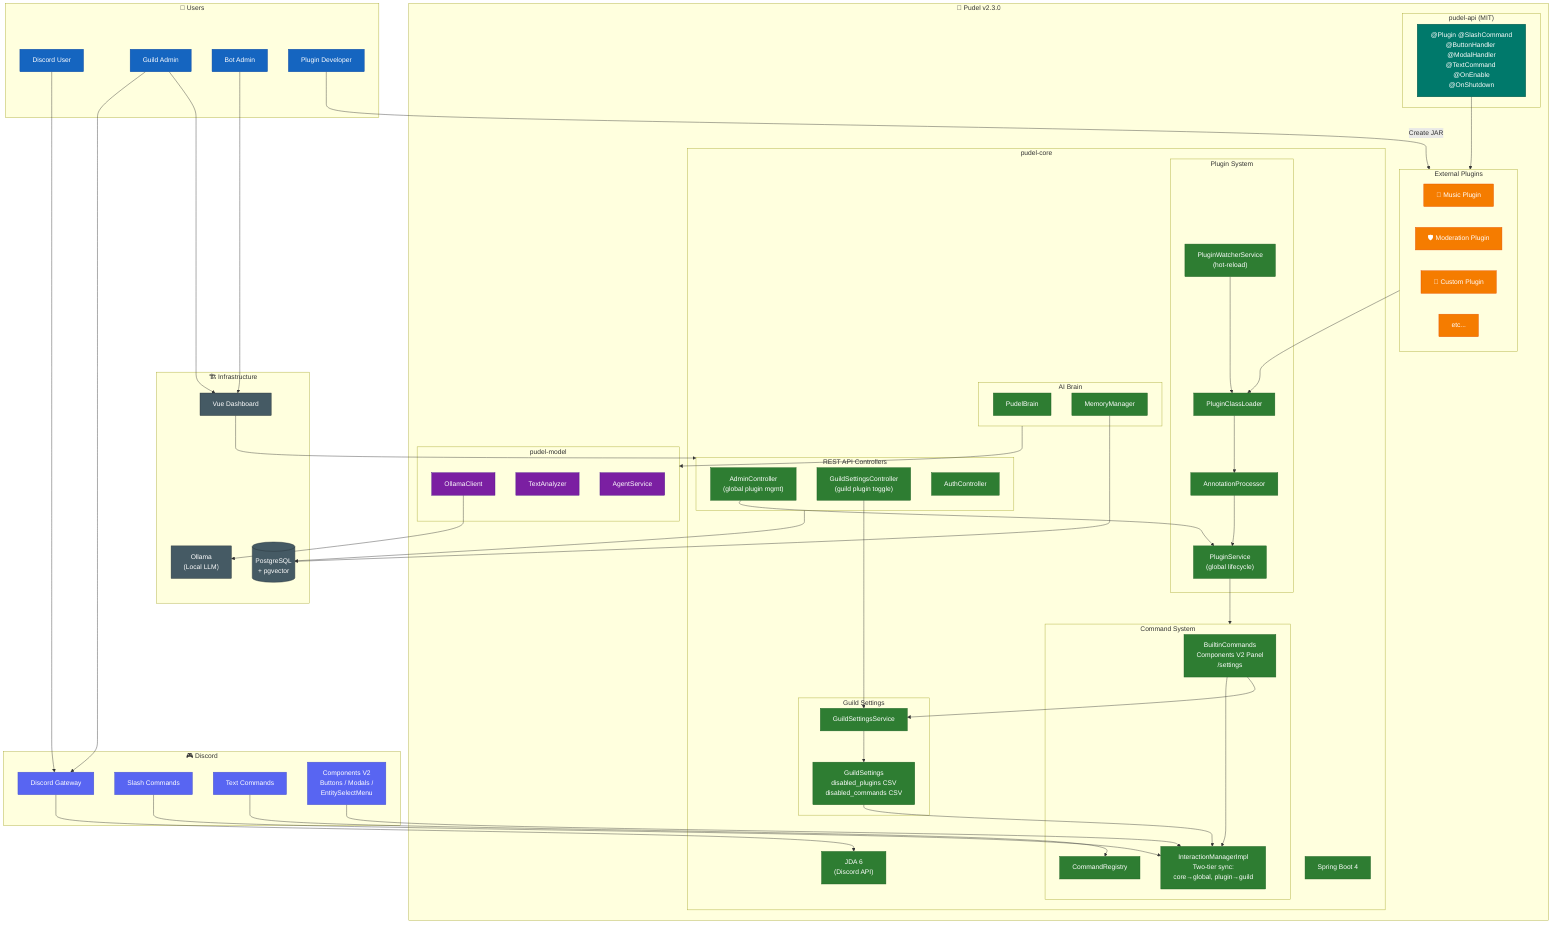
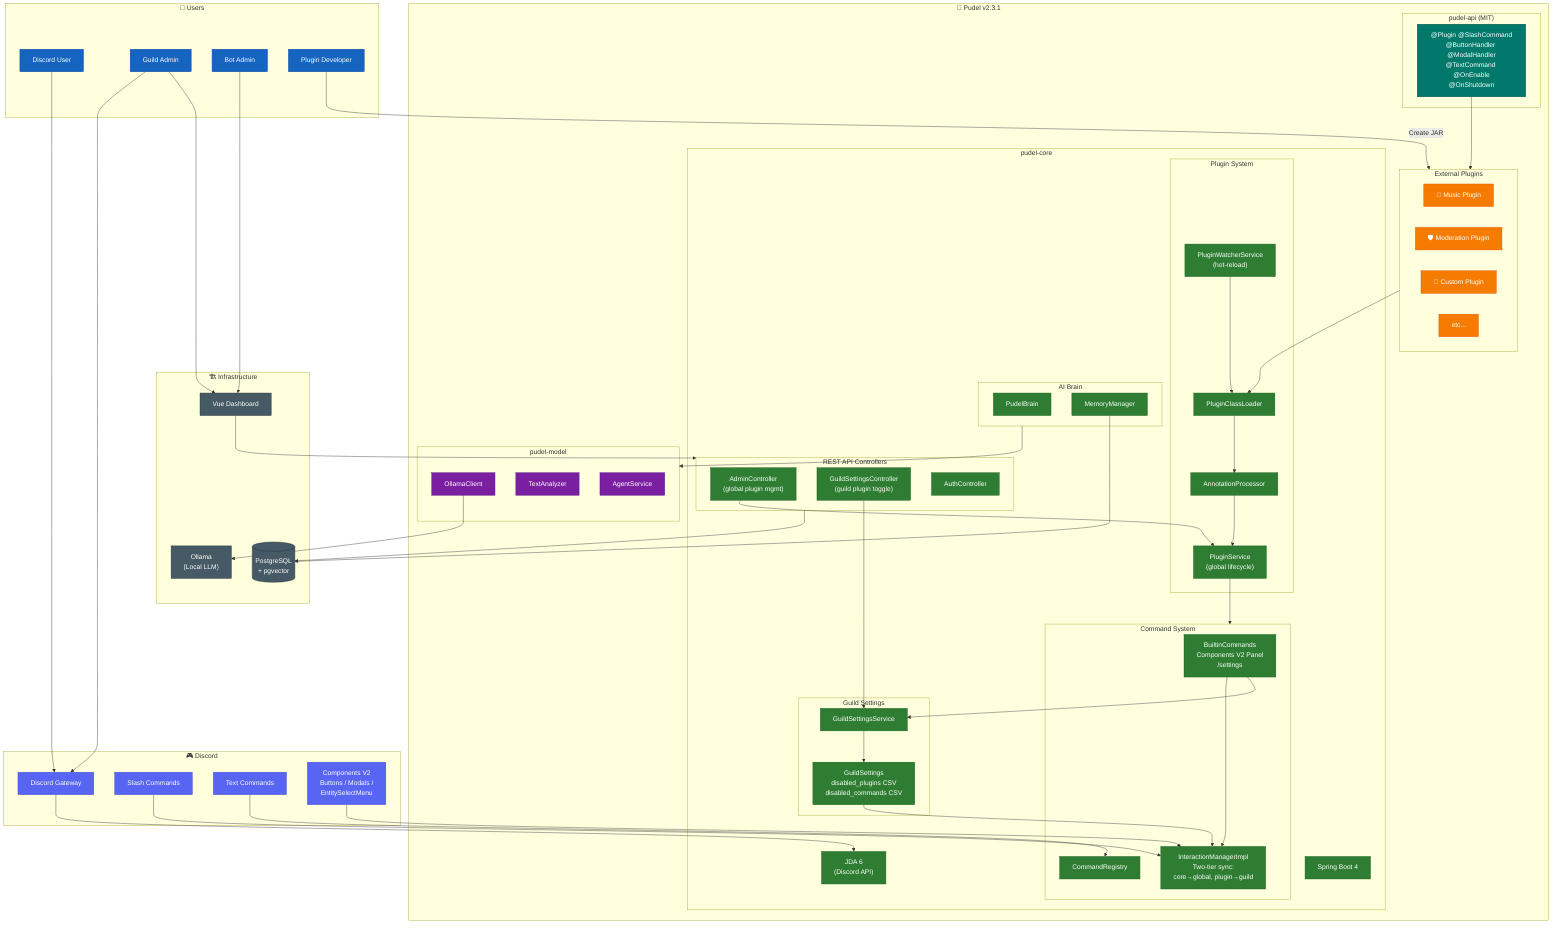
- %% Pudel System Overview v2.3.0
+ %% Pudel System Overview v2.3.1
%% Two-Tier Plugin Control + Components V2

flowchart TB
    subgraph Users["👥 Users"]
        DISCORD_USER["Discord User"]
        GUILD_ADMIN["Guild Admin"]
        BOT_ADMIN["Bot Admin"]
        DEVELOPER["Plugin Developer"]
    end

    subgraph Discord["🎮 Discord"]
        DG["Discord Gateway"]
        SLASH["Slash Commands"]
        TEXT["Text Commands"]
        CV2["Components V2<br/>Buttons / Modals /<br/>EntitySelectMenu"]
    end

-     subgraph Pudel["🐩 Pudel v2.3.0"]
+     subgraph Pudel["🐩 Pudel v2.3.1"]
        subgraph Core["pudel-core"]
            JDA["JDA 6<br/>(Discord API)"]
            SPRING["Spring Boot 4"]

            subgraph PluginSys["Plugin System"]
                LOADER["PluginClassLoader"]
                PROCESSOR["AnnotationProcessor"]
                PLUGIN_SVC["PluginService<br/>(global lifecycle)"]
                WATCHER["PluginWatcherService<br/>(hot-reload)"]
            end

            subgraph Commands["Command System"]
                BUILTIN["BuiltinCommands<br/>Components V2 Panel<br/>/settings"]
                INTERACT_MGR["InteractionManagerImpl<br/>Two-tier sync:<br/>core→global, plugin→guild"]
                CMD_REG["CommandRegistry"]
            end

            subgraph REST["REST API Controllers"]
                ADMIN_CTRL["AdminController<br/>(global plugin mgmt)"]
                GUILD_CTRL["GuildSettingsController<br/>(guild plugin toggle)"]
                AUTH_CTRL["AuthController"]
            end

            subgraph Brain["AI Brain"]
                BRAIN["PudelBrain"]
                MEMORY["MemoryManager"]
            end

            subgraph GuildData["Guild Settings"]
                GUILD_SETTINGS["GuildSettings<br/>disabled_plugins CSV<br/>disabled_commands CSV"]
                GUILD_SVC["GuildSettingsService"]
            end
        end

        subgraph Model["pudel-model"]
            OLLAMA_CLIENT["OllamaClient"]
            ANALYZER["TextAnalyzer"]
            AGENT["AgentService"]
        end

        subgraph API["pudel-api (MIT)"]
            ANNOTATIONS["@Plugin @SlashCommand<br/>@ButtonHandler @ModalHandler<br/>@TextCommand @OnEnable<br/>@OnShutdown"]
        end

        subgraph Plugins["External Plugins"]
            PLUGIN1["🎵 Music Plugin"]
            PLUGIN2["🛡️ Moderation Plugin"]
            PLUGIN3["🔧 Custom Plugin"]
            PLUGIN4["etc..."]
        end
    end

    subgraph Infrastructure["🏗️ Infrastructure"]
        DB[(PostgreSQL<br/>+ pgvector)]
        LLM["Ollama<br/>(Local LLM)"]
        VUE["Vue Dashboard"]
    end

    %% User flows
    DISCORD_USER --> DG
    GUILD_ADMIN --> DG
    GUILD_ADMIN --> VUE
    BOT_ADMIN --> VUE
    DEVELOPER -->|"Create JAR"| Plugins

    %% Discord to Pudel
    DG --> JDA
    SLASH --> INTERACT_MGR
    TEXT --> CMD_REG
    CV2 --> INTERACT_MGR

    %% Plugin system
    LOADER --> PROCESSOR
    PROCESSOR --> PLUGIN_SVC
    WATCHER --> LOADER
    Plugins --> LOADER
    ANNOTATIONS --> Plugins

    %% Commands
    BUILTIN --> INTERACT_MGR
    PLUGIN_SVC --> Commands

    %% Two-tier control
    ADMIN_CTRL --> PLUGIN_SVC
    GUILD_CTRL --> GUILD_SVC
    GUILD_SVC --> GUILD_SETTINGS
    GUILD_SETTINGS --> INTERACT_MGR
    BUILTIN --> GUILD_SVC

    %% REST API
    VUE --> REST
    REST --> DB

    %% AI flow
    Brain --> Model
    OLLAMA_CLIENT --> LLM
    MEMORY --> DB

    %% Styling
    classDef user fill:#1565c0,stroke:#0d47a1,color:#fff
    classDef discord fill:#5865F2,stroke:#4752C4,color:#fff
    classDef core fill:#2e7d32,stroke:#1b5e20,color:#fff
    classDef model fill:#7b1fa2,stroke:#4a148c,color:#fff
    classDef api fill:#00796b,stroke:#004d40,color:#fff
    classDef plugin fill:#f57c00,stroke:#e65100,color:#fff
    classDef infra fill:#455a64,stroke:#263238,color:#fff

    class DISCORD_USER,GUILD_ADMIN,BOT_ADMIN,DEVELOPER user
    class DG,SLASH,TEXT,CV2 discord
    class JDA,SPRING,LOADER,PROCESSOR,PLUGIN_SVC,WATCHER,BUILTIN,INTERACT_MGR,CMD_REG,ADMIN_CTRL,GUILD_CTRL,AUTH_CTRL,BRAIN,MEMORY,GUILD_SETTINGS,GUILD_SVC core
    class OLLAMA_CLIENT,ANALYZER,AGENT model
    class ANNOTATIONS api
    class PLUGIN1,PLUGIN2,PLUGIN3,PLUGIN4 plugin
    class DB,LLM,VUE infra
